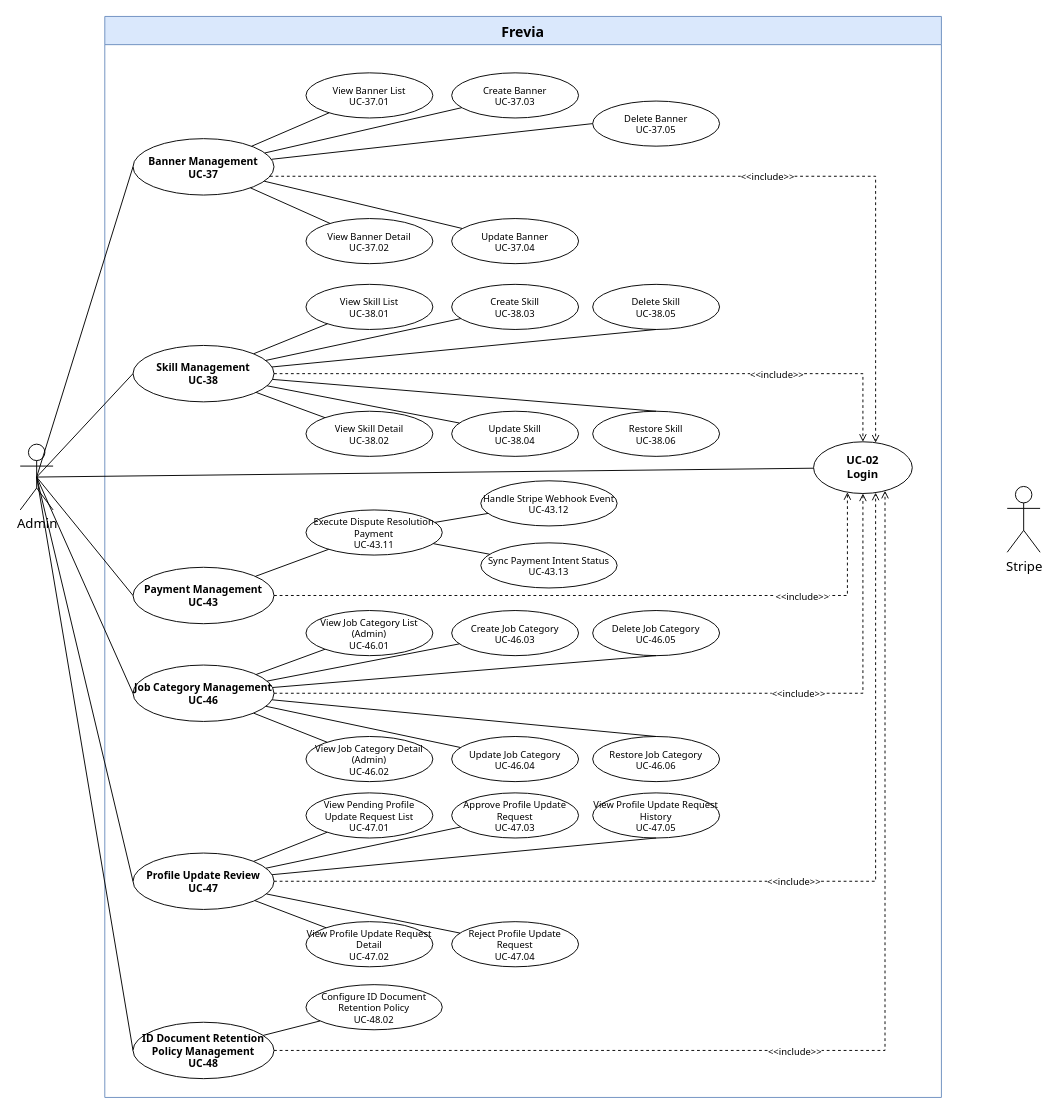
Earlier version of the draw.io diagram page "Admin 4/4" (4 of 4) of uc-diagrams/Admin.drawio (Thunggg/Frevia). Source tidied: cells renumbered, new cells numbered last; positions are measured from the earlier drawing's top-left corner, leaving out a move shared by most shapes. Both pictures are drawn from the tidied source at 94%, with x=0, y=0 at pixel (20, 16).
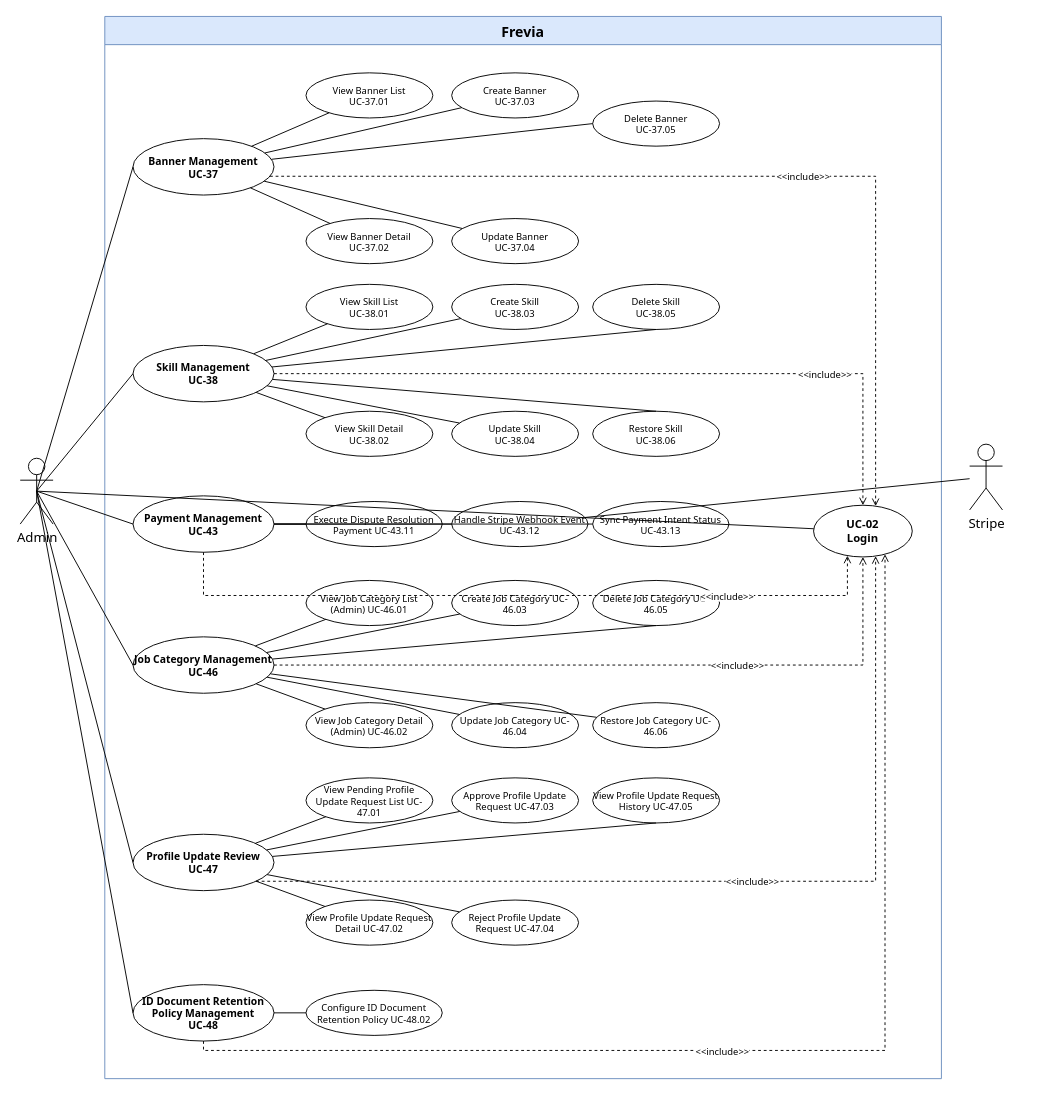
The same diagram, later.

Diff of the diagram source:
```diff
@@
     <mxCell id="2" value="Frevia" style="swimlane;whiteSpace=wrap;html=1;startSize=30;fontSize=15;fontFamily=Tahoma;fontStyle=1;fillColor=#dae8fc;strokeColor=#6c8ebf;" parent="1" vertex="1">
-      <mxGeometry x="90" width="890" height="1150" as="geometry" />
+      <mxGeometry x="90" width="890" height="1130" as="geometry" />
     </mxCell>
     <mxCell id="3" value="UC-02&#10;Login" style="ellipse;whiteSpace=wrap;html=1;fontSize=12;fontFamily=Tahoma;fontStyle=1;fillColor=#ffffff;strokeColor=#000000;" parent="2" vertex="1">
-      <mxGeometry x="754" y="452.5" width="105" height="55" as="geometry" />
+      <mxGeometry x="754" y="520" width="105" height="55" as="geometry" />
     </mxCell>
@@
     <mxCell id="28" value="Payment Management&#10;UC-43" style="ellipse;whiteSpace=wrap;html=1;fontSize=11;fontFamily=Tahoma;fontStyle=1;fillColor=#ffffff;strokeColor=#000000;" parent="2" vertex="1">
-      <mxGeometry x="30" y="586" width="150" height="60" as="geometry" />
+      <mxGeometry x="30" y="510" width="150" height="60" as="geometry" />
     </mxCell>
-    <mxCell id="29" value="Execute Dispute Resolution Payment&#10;UC-43.11" style="ellipse;whiteSpace=wrap;html=1;fontSize=10;fontFamily=Tahoma;fillColor=#ffffff;strokeColor=#000000;" parent="2" vertex="1">
-      <mxGeometry x="214" y="525" width="145" height="48" as="geometry" />
+    <mxCell id="29" value="Execute Dispute Resolution Payment&amp;#xa;UC-43.11" style="ellipse;whiteSpace=wrap;html=1;fontSize=10;fontFamily=Tahoma;fillColor=#ffffff;strokeColor=#000000;" parent="2" vertex="1">
+      <mxGeometry x="214" y="516" width="145" height="48" as="geometry" />
     </mxCell>
@@
     <mxCell id="31" value="Job Category Management&#10;UC-46" style="ellipse;whiteSpace=wrap;html=1;fontSize=11;fontFamily=Tahoma;fontStyle=1;fillColor=#ffffff;strokeColor=#000000;" parent="2" vertex="1">
-      <mxGeometry x="30" y="690" width="150" height="60" as="geometry" />
+      <mxGeometry x="30" y="660" width="150" height="60" as="geometry" />
     </mxCell>
-    <mxCell id="32" value="View Job Category List (Admin)&#10;UC-46.01" style="ellipse;whiteSpace=wrap;html=1;fontSize=10;fontFamily=Tahoma;fillColor=#ffffff;strokeColor=#000000;" parent="2" vertex="1">
-      <mxGeometry x="214" y="632" width="135" height="48" as="geometry" />
+    <mxCell id="32" value="View Job Category List (Admin)&amp;#xa;UC-46.01" style="ellipse;whiteSpace=wrap;html=1;fontSize=10;fontFamily=Tahoma;fillColor=#ffffff;strokeColor=#000000;" parent="2" vertex="1">
+      <mxGeometry x="214" y="600" width="135" height="48" as="geometry" />
     </mxCell>
-    <mxCell id="33" value="View Job Category Detail (Admin)&#10;UC-46.02" style="ellipse;whiteSpace=wrap;html=1;fontSize=10;fontFamily=Tahoma;fillColor=#ffffff;strokeColor=#000000;" parent="2" vertex="1">
-      <mxGeometry x="214" y="766" width="135" height="48" as="geometry" />
+    <mxCell id="33" value="View Job Category Detail (Admin)&amp;#xa;UC-46.02" style="ellipse;whiteSpace=wrap;html=1;fontSize=10;fontFamily=Tahoma;fillColor=#ffffff;strokeColor=#000000;" parent="2" vertex="1">
+      <mxGeometry x="214" y="730" width="135" height="48" as="geometry" />
     </mxCell>
-    <mxCell id="34" value="Create Job Category&#10;UC-46.03" style="ellipse;whiteSpace=wrap;html=1;fontSize=10;fontFamily=Tahoma;fillColor=#ffffff;strokeColor=#000000;" parent="2" vertex="1">
-      <mxGeometry x="369" y="632" width="135" height="48" as="geometry" />
+    <mxCell id="34" value="Create Job Category&amp;#xa;UC-46.03" style="ellipse;whiteSpace=wrap;html=1;fontSize=10;fontFamily=Tahoma;fillColor=#ffffff;strokeColor=#000000;" parent="2" vertex="1">
+      <mxGeometry x="369" y="600" width="135" height="48" as="geometry" />
     </mxCell>
-    <mxCell id="35" value="Update Job Category&#10;UC-46.04" style="ellipse;whiteSpace=wrap;html=1;fontSize=10;fontFamily=Tahoma;fillColor=#ffffff;strokeColor=#000000;" parent="2" vertex="1">
-      <mxGeometry x="369" y="766" width="135" height="48" as="geometry" />
+    <mxCell id="35" value="Update Job Category&amp;#xa;UC-46.04" style="ellipse;whiteSpace=wrap;html=1;fontSize=10;fontFamily=Tahoma;fillColor=#ffffff;strokeColor=#000000;" parent="2" vertex="1">
+      <mxGeometry x="369" y="730" width="135" height="48" as="geometry" />
     </mxCell>
-    <mxCell id="36" value="Delete Job Category&#10;UC-46.05" style="ellipse;whiteSpace=wrap;html=1;fontSize=10;fontFamily=Tahoma;fillColor=#ffffff;strokeColor=#000000;" parent="2" vertex="1">
-      <mxGeometry x="519" y="632" width="135" height="48" as="geometry" />
+    <mxCell id="36" value="Delete Job Category&amp;#xa;UC-46.05" style="ellipse;whiteSpace=wrap;html=1;fontSize=10;fontFamily=Tahoma;fillColor=#ffffff;strokeColor=#000000;" parent="2" vertex="1">
+      <mxGeometry x="519" y="600" width="135" height="48" as="geometry" />
     </mxCell>
@@
     <mxCell id="42" value="Profile Update Review&#10;UC-47" style="ellipse;whiteSpace=wrap;html=1;fontSize=11;fontFamily=Tahoma;fontStyle=1;fillColor=#ffffff;strokeColor=#000000;" parent="2" vertex="1">
-      <mxGeometry x="30" y="890" width="150" height="60" as="geometry" />
+      <mxGeometry x="30" y="870" width="150" height="60" as="geometry" />
     </mxCell>
-    <mxCell id="43" value="View Pending Profile Update Request List&#10;UC-47.01" style="ellipse;whiteSpace=wrap;html=1;fontSize=10;fontFamily=Tahoma;fillColor=#ffffff;strokeColor=#000000;" parent="2" vertex="1">
-      <mxGeometry x="214" y="826" width="135" height="48" as="geometry" />
+    <mxCell id="43" value="View Pending Profile Update Request List&amp;#xa;UC-47.01" style="ellipse;whiteSpace=wrap;html=1;fontSize=10;fontFamily=Tahoma;fillColor=#ffffff;strokeColor=#000000;" parent="2" vertex="1">
+      <mxGeometry x="214" y="810" width="135" height="48" as="geometry" />
     </mxCell>
-    <mxCell id="44" value="View Profile Update Request Detail&#10;UC-47.02" style="ellipse;whiteSpace=wrap;html=1;fontSize=10;fontFamily=Tahoma;fillColor=#ffffff;strokeColor=#000000;" parent="2" vertex="1">
-      <mxGeometry x="214" y="963" width="135" height="48" as="geometry" />
+    <mxCell id="44" value="View Profile Update Request Detail&amp;#xa;UC-47.02" style="ellipse;whiteSpace=wrap;html=1;fontSize=10;fontFamily=Tahoma;fillColor=#ffffff;strokeColor=#000000;" parent="2" vertex="1">
+      <mxGeometry x="214" y="940" width="135" height="48" as="geometry" />
     </mxCell>
-    <mxCell id="45" value="Approve Profile Update Request&#10;UC-47.03" style="ellipse;whiteSpace=wrap;html=1;fontSize=10;fontFamily=Tahoma;fillColor=#ffffff;strokeColor=#000000;" parent="2" vertex="1">
-      <mxGeometry x="369" y="826" width="135" height="48" as="geometry" />
+    <mxCell id="45" value="Approve Profile Update Request&amp;#xa;UC-47.03" style="ellipse;whiteSpace=wrap;html=1;fontSize=10;fontFamily=Tahoma;fillColor=#ffffff;strokeColor=#000000;" parent="2" vertex="1">
+      <mxGeometry x="369" y="810" width="135" height="48" as="geometry" />
     </mxCell>
-    <mxCell id="46" value="Reject Profile Update Request&#10;UC-47.04" style="ellipse;whiteSpace=wrap;html=1;fontSize=10;fontFamily=Tahoma;fillColor=#ffffff;strokeColor=#000000;" parent="2" vertex="1">
-      <mxGeometry x="369" y="963" width="135" height="48" as="geometry" />
+    <mxCell id="46" value="Reject Profile Update Request&amp;#xa;UC-47.04" style="ellipse;whiteSpace=wrap;html=1;fontSize=10;fontFamily=Tahoma;fillColor=#ffffff;strokeColor=#000000;" parent="2" vertex="1">
+      <mxGeometry x="369" y="940" width="135" height="48" as="geometry" />
     </mxCell>
-    <mxCell id="47" value="View Profile Update Request History&#10;UC-47.05" style="ellipse;whiteSpace=wrap;html=1;fontSize=10;fontFamily=Tahoma;fillColor=#ffffff;strokeColor=#000000;" parent="2" vertex="1">
-      <mxGeometry x="519" y="826" width="135" height="48" as="geometry" />
+    <mxCell id="47" value="View Profile Update Request History&amp;#xa;UC-47.05" style="ellipse;whiteSpace=wrap;html=1;fontSize=10;fontFamily=Tahoma;fillColor=#ffffff;strokeColor=#000000;" parent="2" vertex="1">
+      <mxGeometry x="519" y="810" width="135" height="48" as="geometry" />
     </mxCell>
@@
-    <mxCell id="53" value="Configure ID Document Retention Policy&#10;UC-48.02" style="ellipse;whiteSpace=wrap;html=1;fontSize=10;fontFamily=Tahoma;fillColor=#ffffff;strokeColor=#000000;" parent="2" vertex="1">
-      <mxGeometry x="214" y="1030" width="145" height="48" as="geometry" />
+    <mxCell id="53" value="Configure ID Document Retention Policy&amp;#xa;UC-48.02" style="ellipse;whiteSpace=wrap;html=1;fontSize=10;fontFamily=Tahoma;fillColor=#ffffff;strokeColor=#000000;" parent="2" vertex="1">
+      <mxGeometry x="214" y="1036" width="145" height="48" as="geometry" />
     </mxCell>
@@
-    <mxCell id="57" value="Restore Job Category&lt;br&gt;UC-46.06" style="ellipse;whiteSpace=wrap;html=1;fontSize=10;fontFamily=Tahoma;fillColor=#ffffff;strokeColor=#000000;" parent="2" vertex="1">
-      <mxGeometry x="519" y="766" width="135" height="48" as="geometry" />
+    <mxCell id="57" value="Restore Job Category&amp;#xa;UC-46.06" style="ellipse;whiteSpace=wrap;html=1;fontSize=10;fontFamily=Tahoma;fillColor=#ffffff;strokeColor=#000000;" parent="2" vertex="1">
+      <mxGeometry x="519" y="730" width="135" height="48" as="geometry" />
     </mxCell>
-    <mxCell id="58" style="endArrow=none;html=1;rounded=0;fontFamily=Tahoma;fontSize=13;entryX=0.5;entryY=0;entryDx=0;entryDy=0;" parent="2" edge="1" source="31" target="57">
+    <mxCell id="58" style="endArrow=none;html=1;rounded=0;fontFamily=Tahoma;fontSize=13;" parent="2" edge="1" source="31" target="57">
       <mxGeometry relative="1" as="geometry" />
     </mxCell>
-    <mxCell id="59" value="Handle Stripe Webhook Event&lt;br&gt;UC-43.12" style="ellipse;whiteSpace=wrap;html=1;fontSize=10;fontFamily=Tahoma;fillColor=#ffffff;strokeColor=#000000;" parent="2" vertex="1">
-      <mxGeometry x="400" y="494" width="145" height="48" as="geometry" />
+    <mxCell id="59" value="Handle Stripe Webhook Event&amp;#xa;UC-43.12" style="ellipse;whiteSpace=wrap;html=1;fontSize=10;fontFamily=Tahoma;fillColor=#ffffff;strokeColor=#000000;" parent="2" vertex="1">
+      <mxGeometry x="369" y="516" width="145" height="48" as="geometry" />
     </mxCell>
-    <mxCell id="60" value="Sync Payment Intent Status&lt;br&gt;UC-43.13" style="ellipse;whiteSpace=wrap;html=1;fontSize=10;fontFamily=Tahoma;fillColor=#ffffff;strokeColor=#000000;" parent="2" vertex="1">
-      <mxGeometry x="400" y="560" width="145" height="48" as="geometry" />
+    <mxCell id="60" value="Sync Payment Intent Status&amp;#xa;UC-43.13" style="ellipse;whiteSpace=wrap;html=1;fontSize=10;fontFamily=Tahoma;fillColor=#ffffff;strokeColor=#000000;" parent="2" vertex="1">
+      <mxGeometry x="519" y="516" width="145" height="48" as="geometry" />
     </mxCell>
-    <mxCell id="61" style="endArrow=none;html=1;rounded=0;fontFamily=Tahoma;fontSize=13;" parent="2" edge="1" source="59" target="29">
+    <mxCell id="61" style="endArrow=none;html=1;rounded=0;fontFamily=Tahoma;fontSize=13;" parent="2" edge="1" source="28" target="59">
       <mxGeometry relative="1" as="geometry" />
     </mxCell>
-    <mxCell id="62" style="endArrow=none;html=1;rounded=0;fontFamily=Tahoma;fontSize=13;" parent="2" edge="1" source="60" target="29">
+    <mxCell id="62" style="endArrow=none;html=1;rounded=0;fontFamily=Tahoma;fontSize=13;" parent="2" edge="1" source="28" target="60">
       <mxGeometry relative="1" as="geometry" />
     </mxCell>
     <mxCell id="63" value="Admin" style="shape=umlActor;verticalLabelPosition=bottom;verticalAlign=top;html=1;outlineConnect=0;fontSize=14;fontFamily=Tahoma;" parent="1" vertex="1">
-      <mxGeometry y="455" width="35" height="70" as="geometry" />
+      <mxGeometry y="470" width="35" height="70" as="geometry" />
     </mxCell>
@@
-    <mxCell id="74" value="ID Document Retention Policy Management&#10;UC-48" style="ellipse;whiteSpace=wrap;html=1;fontSize=11;fontFamily=Tahoma;fontStyle=1;fillColor=#ffffff;strokeColor=#000000;" parent="1" vertex="1">
-      <mxGeometry x="120" y="1070" width="150" height="60" as="geometry" />
+    <mxCell id="74" value="ID Document Retention Policy Management&#10;UC-48" style="ellipse;whiteSpace=wrap;html=1;fontSize=11;fontFamily=Tahoma;fontStyle=1;fillColor=#ffffff;strokeColor=#000000;" parent="2" vertex="1">
+      <mxGeometry x="30" y="1030" width="150" height="60" as="geometry" />
     </mxCell>
@@
     <mxCell id="76" value="Stripe" style="shape=umlActor;verticalLabelPosition=bottom;verticalAlign=top;html=1;outlineConnect=0;fontSize=14;fontFamily=Tahoma;" parent="1" vertex="1">
-      <mxGeometry x="1050" y="500" width="35" height="70" as="geometry" />
+      <mxGeometry x="1010" y="455" width="35" height="70" as="geometry" />
     </mxCell>
+    <mxCell id="77" style="endArrow=none;html=1;rounded=0;fontFamily=Tahoma;fontSize=13;" parent="1" edge="1" source="76" target="59">
+      <mxGeometry relative="1" as="geometry" />
+    </mxCell>
```
